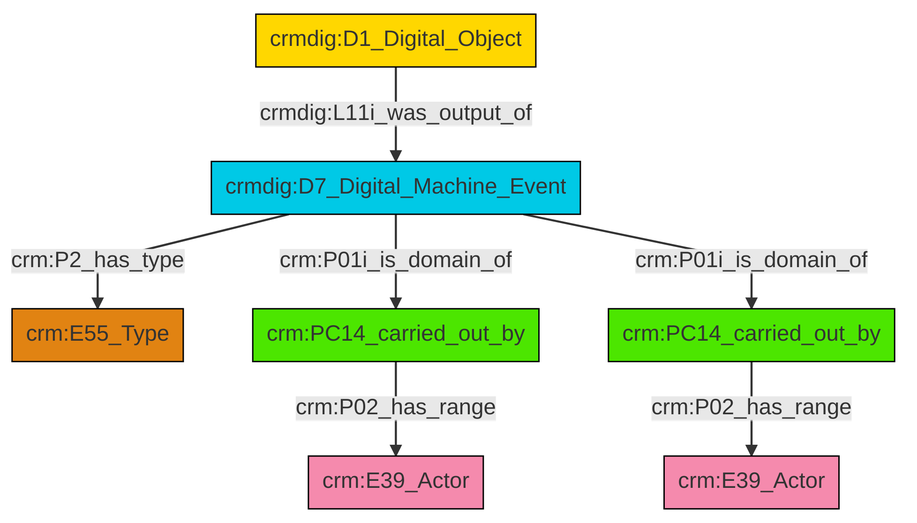
Above: et/doCSV/ttl/mmd/png/do_actor_relations.png in ncarboni/srdm (Mermaid), before the change. Its source is kept beside it as et/doCSV/ttl/mmd/do_actor_relations.ttl.mmd.
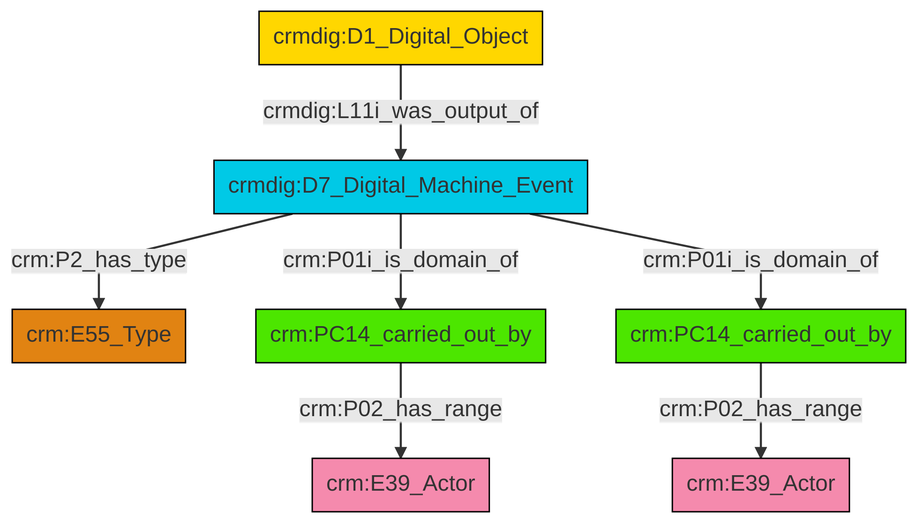
The same file after the commit.

Diff of the diagram source:
```diff
@@ -13,9 +13,9 @@
 classDef PC_Classes fill:#4ce600, stroke:#000000;
 classDef Multi fill:#cccccc,stroke:#000000;
 
-0["crmdig:D7_Digital_Machine_Event"]:::Temporal_Entity -->|crm:P2_has_type| 1["crm:E55_Type"]:::Type
-5["crmdig:D1_Digital_Object"]:::Conceptual_Object -->|crmdig:L11i_was_output_of| 0["crmdig:D7_Digital_Machine_Event"]:::Temporal_Entity
-6["crm:PC14_carried_out_by"]:::PC_Classes -->|crm:P02_has_range| 7["crm:E39_Actor"]:::Actor
-9["crm:PC14_carried_out_by"]:::PC_Classes -->|crm:P02_has_range| 3["crm:E39_Actor"]:::Actor
-0["crmdig:D7_Digital_Machine_Event"]:::Temporal_Entity -->|crm:P01i_is_domain_of| 6["crm:PC14_carried_out_by"]:::PC_Classes
-0["crmdig:D7_Digital_Machine_Event"]:::Temporal_Entity -->|crm:P01i_is_domain_of| 9["crm:PC14_carried_out_by"]:::PC_Classes
+8["crmdig:D1_Digital_Object"]:::Conceptual_Object -->|crmdig:L11i_was_output_of| 6["crmdig:D7_Digital_Machine_Event"]:::Temporal_Entity
+6["crmdig:D7_Digital_Machine_Event"]:::Temporal_Entity -->|crm:P01i_is_domain_of| 9["crm:PC14_carried_out_by"]:::PC_Classes
+9["crm:PC14_carried_out_by"]:::PC_Classes -->|crm:P02_has_range| 4["crm:E39_Actor"]:::Actor
+6["crmdig:D7_Digital_Machine_Event"]:::Temporal_Entity -->|crm:P2_has_type| 2["crm:E55_Type"]:::Type
+10["crm:PC14_carried_out_by"]:::PC_Classes -->|crm:P02_has_range| 0["crm:E39_Actor"]:::Actor
+6["crmdig:D7_Digital_Machine_Event"]:::Temporal_Entity -->|crm:P01i_is_domain_of| 10["crm:PC14_carried_out_by"]:::PC_Classes
```
